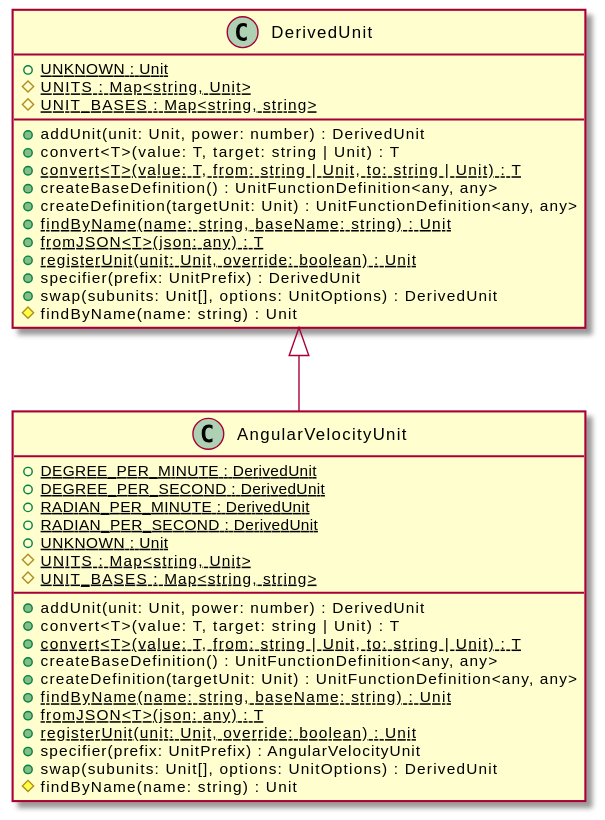
The PlantUML diagram assets/AngularVelocityUnit-umlClassDiagram-826.svg in OpenHPS/openhps-core, before a commit. Source of this version:
```plantuml
@startuml
skinparam BackgroundColor transparent
hide empty methods
hide empty fields
class "AngularVelocityUnit" {
    {static} +DEGREE_PER_MINUTE : DerivedUnit
    {static} +DEGREE_PER_SECOND : DerivedUnit
    {static} +RADIAN_PER_MINUTE : DerivedUnit
    {static} +RADIAN_PER_SECOND : DerivedUnit
    {static} +UNKNOWN : Unit
    {static} #UNITS : Map<string, Unit>
    {static} #UNIT_BASES : Map<string, string>
    +addUnit(unit: Unit, power: number) : DerivedUnit
    +convert<T>(value: T, target: string | Unit) : T
    {static} +convert<T>(value: T, from: string | Unit, to: string | Unit) : T
    +createBaseDefinition() : UnitFunctionDefinition<any, any>
    +createDefinition(targetUnit: Unit) : UnitFunctionDefinition<any, any>
    {static} +findByName(name: string, baseName: string) : Unit
    {static} +fromJSON<T>(json: any) : T
    {static} +registerUnit(unit: Unit, override: boolean) : Unit
    +specifier(prefix: UnitPrefix) : AngularVelocityUnit
    +swap(subunits: Unit[], options: UnitOptions) : DerivedUnit
    #findByName(name: string) : Unit
}
class "DerivedUnit" {
    {static} +UNKNOWN : Unit
    {static} #UNITS : Map<string, Unit>
    {static} #UNIT_BASES : Map<string, string>
    +addUnit(unit: Unit, power: number) : DerivedUnit
    +convert<T>(value: T, target: string | Unit) : T
    {static} +convert<T>(value: T, from: string | Unit, to: string | Unit) : T
    +createBaseDefinition() : UnitFunctionDefinition<any, any>
    +createDefinition(targetUnit: Unit) : UnitFunctionDefinition<any, any>
    {static} +findByName(name: string, baseName: string) : Unit
    {static} +fromJSON<T>(json: any) : T
    {static} +registerUnit(unit: Unit, override: boolean) : Unit
    +specifier(prefix: UnitPrefix) : DerivedUnit
    +swap(subunits: Unit[], options: UnitOptions) : DerivedUnit
    #findByName(name: string) : Unit
}
"DerivedUnit" <|-- "AngularVelocityUnit"
@enduml
```
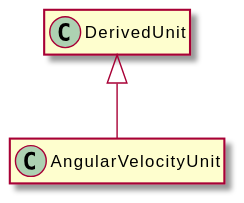
The same diagram one commit later.

Change to the diagram source:
```diff
@@ -3,40 +3,8 @@
 hide empty methods
 hide empty fields
 class "AngularVelocityUnit" {
-    {static} +DEGREE_PER_MINUTE : DerivedUnit
-    {static} +DEGREE_PER_SECOND : DerivedUnit
-    {static} +RADIAN_PER_MINUTE : DerivedUnit
-    {static} +RADIAN_PER_SECOND : DerivedUnit
-    {static} +UNKNOWN : Unit
-    {static} #UNITS : Map<string, Unit>
-    {static} #UNIT_BASES : Map<string, string>
-    +addUnit(unit: Unit, power: number) : DerivedUnit
-    +convert<T>(value: T, target: string | Unit) : T
-    {static} +convert<T>(value: T, from: string | Unit, to: string | Unit) : T
-    +createBaseDefinition() : UnitFunctionDefinition<any, any>
-    +createDefinition(targetUnit: Unit) : UnitFunctionDefinition<any, any>
-    {static} +findByName(name: string, baseName: string) : Unit
-    {static} +fromJSON<T>(json: any) : T
-    {static} +registerUnit(unit: Unit, override: boolean) : Unit
-    +specifier(prefix: UnitPrefix) : AngularVelocityUnit
-    +swap(subunits: Unit[], options: UnitOptions) : DerivedUnit
-    #findByName(name: string) : Unit
 }
 class "DerivedUnit" {
-    {static} +UNKNOWN : Unit
-    {static} #UNITS : Map<string, Unit>
-    {static} #UNIT_BASES : Map<string, string>
-    +addUnit(unit: Unit, power: number) : DerivedUnit
-    +convert<T>(value: T, target: string | Unit) : T
-    {static} +convert<T>(value: T, from: string | Unit, to: string | Unit) : T
-    +createBaseDefinition() : UnitFunctionDefinition<any, any>
-    +createDefinition(targetUnit: Unit) : UnitFunctionDefinition<any, any>
-    {static} +findByName(name: string, baseName: string) : Unit
-    {static} +fromJSON<T>(json: any) : T
-    {static} +registerUnit(unit: Unit, override: boolean) : Unit
-    +specifier(prefix: UnitPrefix) : DerivedUnit
-    +swap(subunits: Unit[], options: UnitOptions) : DerivedUnit
-    #findByName(name: string) : Unit
 }
 "DerivedUnit" <|-- "AngularVelocityUnit"
 @enduml
```
